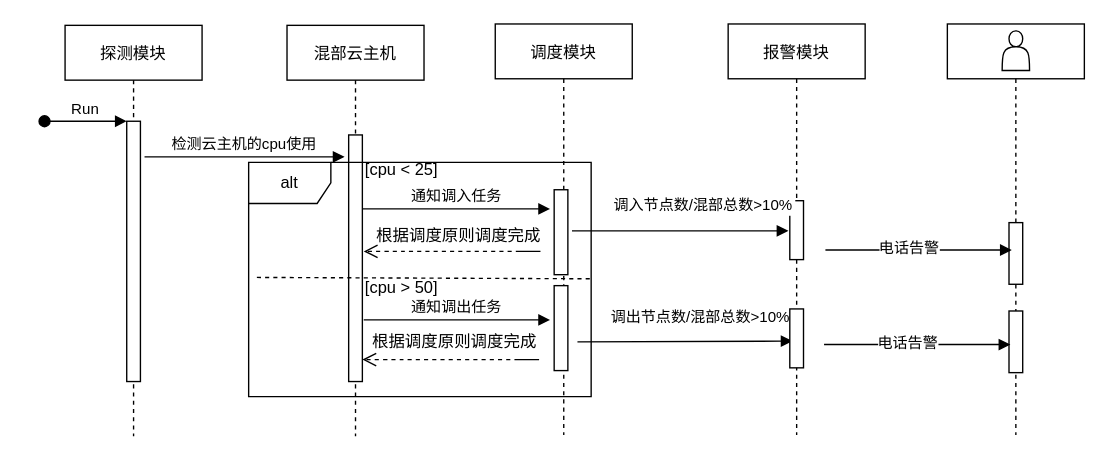
Above: Untitled Diagram.drawio in weichenjushi/k8snote (draw.io), before the change. Source tidied: cells renumbered, new cells numbered last; positions are measured from the earlier drawing's top-left corner, leaving out a move shared by most shapes. Both pictures are drawn from the tidied source at 137%, with x=0, y=0 at pixel (44, 23).
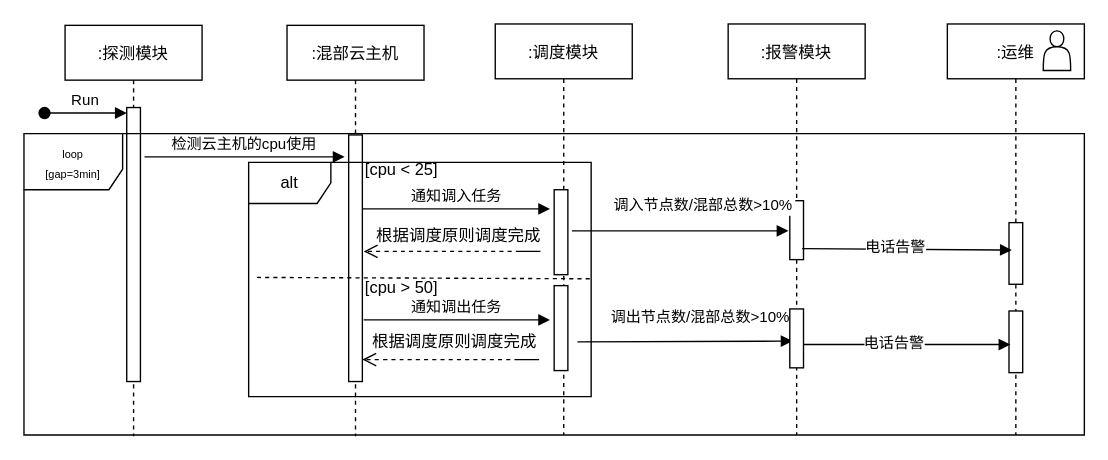
Above is the later version.

Unchanged cells that the change refers to:
```xml
<mxCell id="14" style="points=[];perimeter=orthogonalPerimeter;rounded=0;shadow=0;strokeWidth=1;" parent="13" vertex="1">
  <mxGeometry x="45" y="129" width="10" height="43" as="geometry" />
</mxCell>
```

The edit, as a diff of the source:
```diff
@@
-    <mxCell id="2" value="探测模块" style="shape=umlLifeline;perimeter=lifelinePerimeter;rounded=0;shadow=0;strokeWidth=1;" parent="1" vertex="1">
+    <mxCell id="2" value=":探测模块" style="shape=umlLifeline;perimeter=lifelinePerimeter;rounded=0;shadow=0;strokeWidth=1;" parent="1" vertex="1">
       <mxGeometry x="15" y="1" width="100" height="300" as="geometry" />
     </mxCell>
     <mxCell id="3" style="points=[];perimeter=orthogonalPerimeter;rounded=0;shadow=0;strokeWidth=1;" parent="2" vertex="1">
-      <mxGeometry x="45" y="70" width="10" height="190" as="geometry" />
+      <mxGeometry x="45" y="60" width="10" height="200" as="geometry" />
     </mxCell>
-    <mxCell id="4" value="Run" style="verticalAlign=bottom;startArrow=oval;endArrow=block;startSize=8;shadow=0;strokeWidth=1;" parent="2" edge="1" target="3">
+    <mxCell id="4" value="Run" style="verticalAlign=bottom;startArrow=oval;endArrow=block;startSize=8;shadow=0;strokeWidth=1;" parent="2" edge="1">
       <mxGeometry relative="1" as="geometry">
-        <mxPoint x="-15" y="70" as="sourcePoint" />
+        <mxPoint x="-15" y="64" as="sourcePoint" />
+        <mxPoint x="45" y="64" as="targetPoint" />
       </mxGeometry>
     </mxCell>
-    <mxCell id="5" value="混部云主机" style="shape=umlLifeline;perimeter=lifelinePerimeter;rounded=0;shadow=0;strokeWidth=1;" parent="1" vertex="1">
+    <mxCell id="5" value=":混部云主机" style="shape=umlLifeline;perimeter=lifelinePerimeter;rounded=0;shadow=0;strokeWidth=1;" parent="1" vertex="1">
       <mxGeometry x="177" y="1" width="100" height="300" as="geometry" />
     </mxCell>
@@
-    <mxCell id="8" value="调度模块" style="shape=umlLifeline;perimeter=lifelinePerimeter;rounded=0;shadow=0;strokeWidth=1;" parent="1" vertex="1">
+    <mxCell id="8" value=":调度模块" style="shape=umlLifeline;perimeter=lifelinePerimeter;rounded=0;shadow=0;strokeWidth=1;" parent="1" vertex="1">
       <mxGeometry x="329" width="100" height="300" as="geometry" />
     </mxCell>
@@
-    <mxCell id="13" value="报警模块" style="shape=umlLifeline;perimeter=lifelinePerimeter;rounded=0;shadow=0;strokeWidth=1;" parent="1" vertex="1">
+    <mxCell id="13" value=":报警模块" style="shape=umlLifeline;perimeter=lifelinePerimeter;rounded=0;shadow=0;strokeWidth=1;" parent="1" vertex="1">
       <mxGeometry x="499" width="100" height="300" as="geometry" />
     </mxCell>
@@
-    <mxCell id="15" style="shape=umlLifeline;perimeter=lifelinePerimeter;rounded=0;shadow=0;strokeWidth=1;" parent="1" vertex="1">
+    <mxCell id="15" value=":运维" style="shape=umlLifeline;perimeter=lifelinePerimeter;rounded=0;shadow=0;strokeWidth=1;" parent="1" vertex="1">
       <mxGeometry x="659" width="100" height="300" as="geometry" />
     </mxCell>
@@
     <mxCell id="18" style="shape=actor;whiteSpace=wrap;html=1;" parent="15" vertex="1">
-      <mxGeometry x="40" y="5" width="20" height="29" as="geometry" />
+      <mxGeometry x="70" y="5" width="20" height="29" as="geometry" />
     </mxCell>
@@
-    <mxCell id="26" style="verticalAlign=bottom;endArrow=block;entryX=0;entryY=0;shadow=0;strokeWidth=1;" parent="1" edge="1">
+    <mxCell id="26" style="verticalAlign=bottom;endArrow=block;entryX=0;entryY=0;shadow=0;strokeWidth=1;exitX=0.9;exitY=0.814;exitDx=0;exitDy=0;exitPerimeter=0;" parent="1" edge="1" source="14">
       <mxGeometry relative="1" as="geometry">
-        <mxPoint x="570" y="165" as="sourcePoint" />
         <mxPoint x="706" y="165" as="targetPoint" />
       </mxGeometry>
     </mxCell>
@@
-    <mxCell id="28" style="verticalAlign=bottom;endArrow=block;entryX=0;entryY=0;shadow=0;strokeWidth=1;" parent="1" edge="1">
+    <mxCell id="28" style="verticalAlign=bottom;endArrow=block;entryX=0;entryY=0;shadow=0;strokeWidth=1;" parent="1" edge="1" source="13">
       <mxGeometry relative="1" as="geometry">
-        <mxPoint x="569" y="234" as="sourcePoint" />
         <mxPoint x="705" y="234" as="targetPoint" />
       </mxGeometry>
     </mxCell>
     <mxCell id="29" value="电话告警" style="edgeLabel;html=1;align=center;verticalAlign=middle;" parent="28" vertex="1">
       <mxGeometry x="-0.22" y="2" relative="1" as="geometry">
-        <mxPoint x="7" as="offset" />
+        <mxPoint x="9.5" as="offset" />
       </mxGeometry>
     </mxCell>
@@
+    <mxCell id="34" value="&lt;font style=&quot;font-size: 8px&quot;&gt;loop&lt;br&gt;&lt;font&gt;[gap=3min&lt;/font&gt;]&lt;/font&gt;" style="shape=umlFrame;whiteSpace=wrap;html=1;width=72;height=41;" parent="1" vertex="1">
+      <mxGeometry x="-15" y="80" width="774" height="220" as="geometry" />
+    </mxCell>
```
